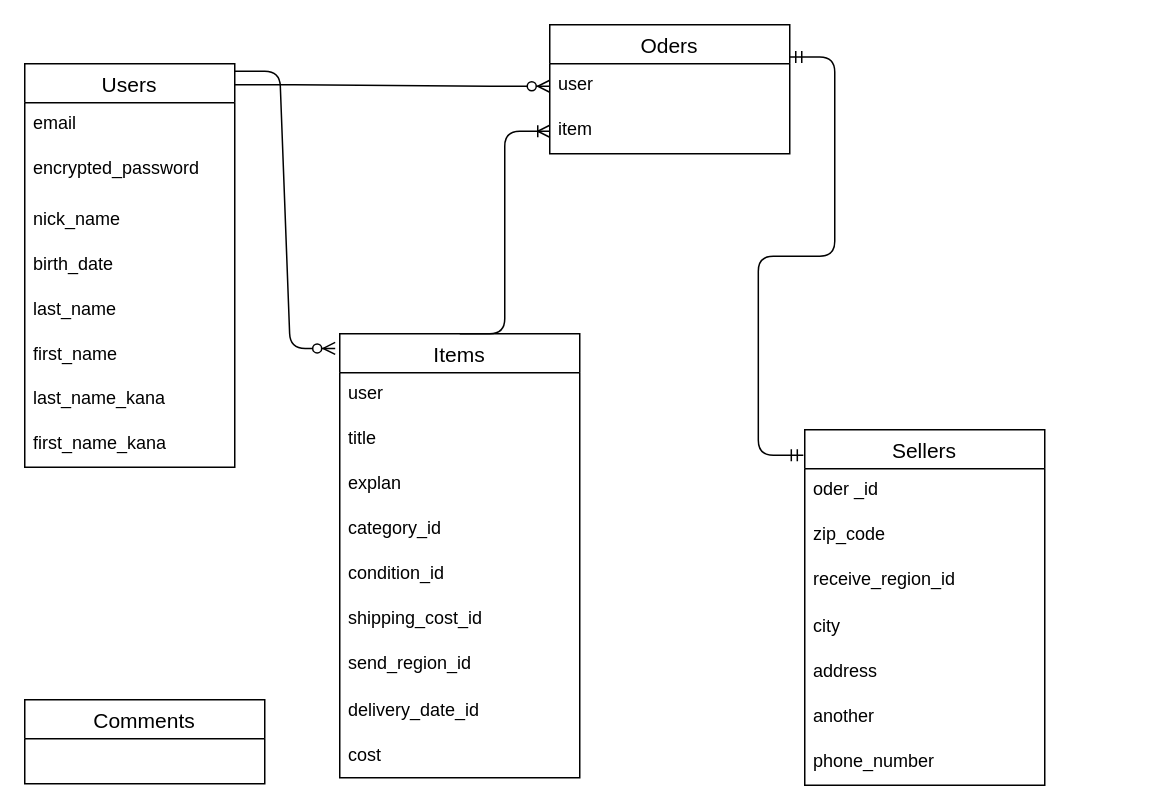
The draw.io diagram ER.dio in a19871206/furima-40560, before the edit. Source tidied: cells renumbered, new cells numbered last; positions are measured from the earlier drawing's top-left corner, leaving out a move shared by most shapes. Both pictures are drawn from the tidied source at 150%, with x=0, y=0 at pixel (24, 24).
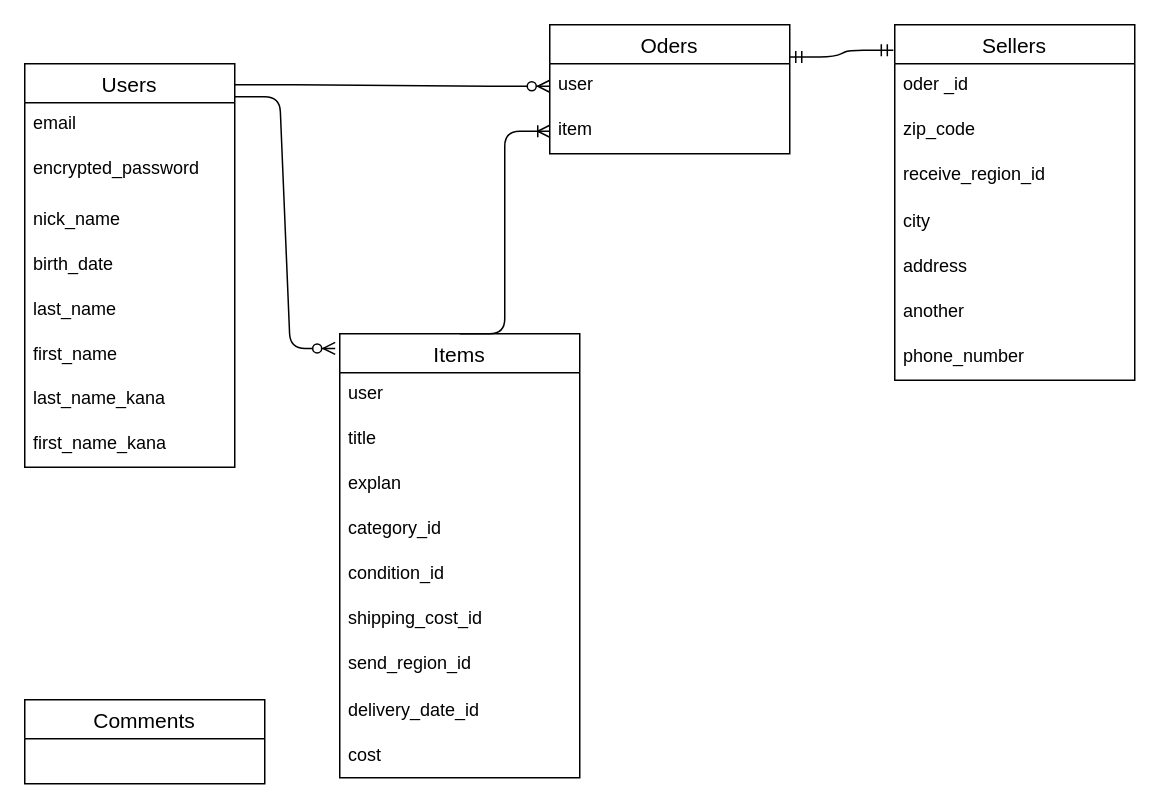
Above is the later version.

Commit message:
データベース設計3.5

The change refers to these unchanged cells:
```xml
<mxCell id="3" value="email" style="text;strokeColor=none;fillColor=none;spacingLeft=4;spacingRight=4;overflow=hidden;points=[[0,0.5],[1,0.5]];portConstraint=eastwest;fontSize=12;" parent="2" vertex="1">
  <mxGeometry y="26" width="140" height="30" as="geometry" />
</mxCell>
<mxCell id="26" value="Items" style="swimlane;fontStyle=0;horizontal=1;startSize=26;align=center;fontSize=14;" parent="1" vertex="1">
  <mxGeometry x="210" y="206" width="160" height="296" as="geometry" />
</mxCell>
```

The edit, as a diff of the source:
```diff
@@
-    <mxCell id="15" style="edgeStyle=entityRelationEdgeStyle;fontSize=12;html=1;endArrow=ERzeroToMany;endFill=1;entryX=-0.019;entryY=0.033;entryDx=0;entryDy=0;entryPerimeter=0;" parent="1" edge="1" target="26">
-      <mxGeometry relative="1" as="geometry">
-        <mxPoint x="140" y="31" as="sourcePoint" />
-      </mxGeometry>
+    <mxCell id="15" style="edgeStyle=entityRelationEdgeStyle;fontSize=12;html=1;endArrow=ERzeroToMany;endFill=1;entryX=-0.019;entryY=0.033;entryDx=0;entryDy=0;entryPerimeter=0;exitX=1;exitY=-0.133;exitDx=0;exitDy=0;exitPerimeter=0;" parent="1" edge="1" source="3" target="26">
+      <mxGeometry relative="1" as="geometry" />
     </mxCell>
@@
     <mxCell id="17" value="Sellers" style="swimlane;fontStyle=0;horizontal=1;startSize=26;align=center;fontSize=14;" parent="1" vertex="1">
-      <mxGeometry x="520" y="270" width="160" height="237" as="geometry" />
+      <mxGeometry x="580" width="160" height="237" as="geometry" />
     </mxCell>
```
